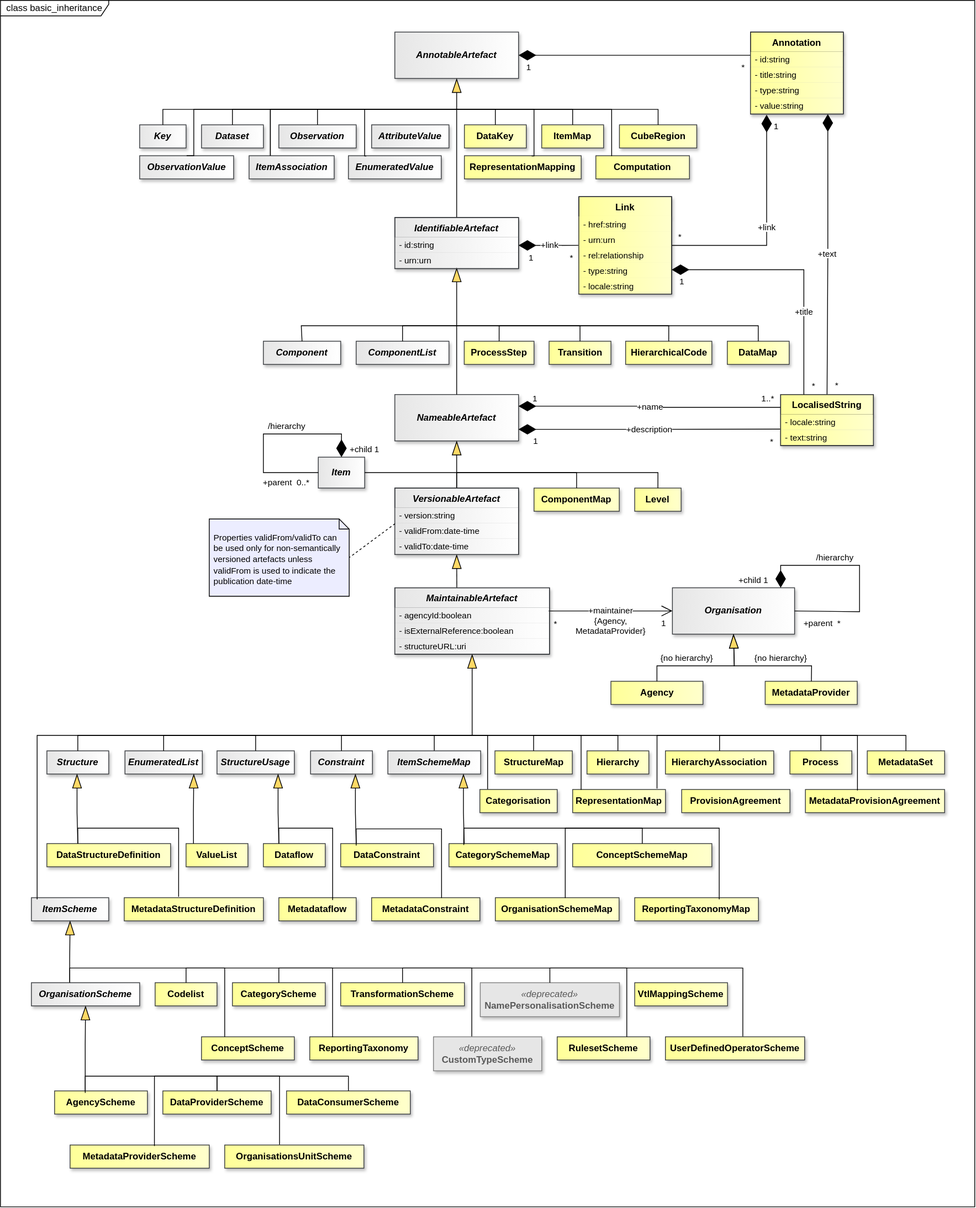
Before: docs/information_model/media/sdmx_base-basic_inheritance.svg, a diagram exported from draw.io (sdmx-twg/sdmx-im). Source tidied: cells renumbered, new cells last; positions are measured from the earlier drawing's top-left corner, leaving out a move shared by most shapes.
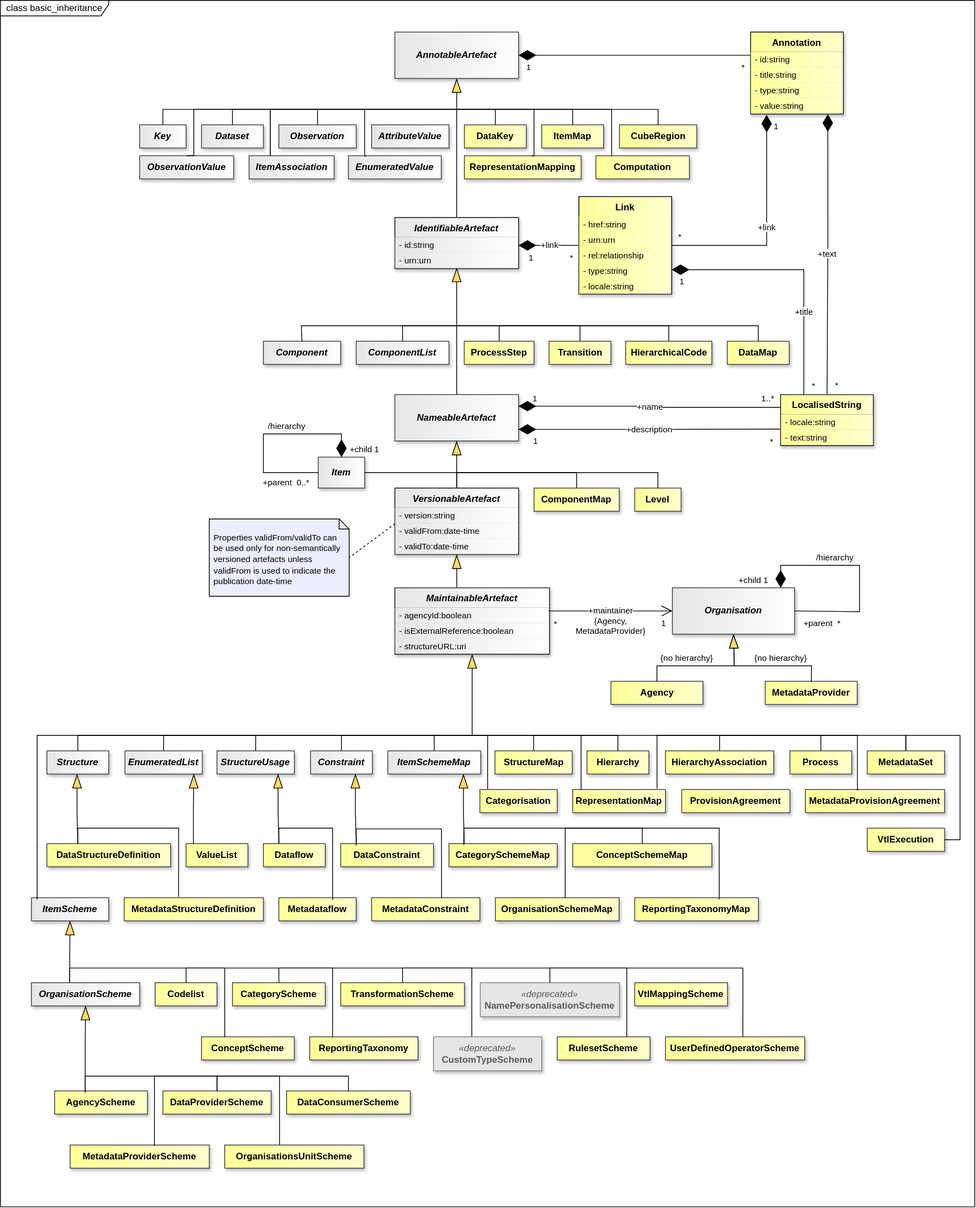
Above is the later version.

Diff of the diagram source:
```diff
@@ -846,5 +846,17 @@
         <mxPoint x="-4" y="14" as="offset" />
       </mxGeometry>
     </mxCell>
+    <mxCell id="191" value="VtlExecution" style="whiteSpace=wrap;html=1;verticalAlign=middle;gradientDirection=east;imageVerticalAlign=top;fontStyle=1;fillColor=light-dark(#FFFF99,#FFFF99);strokeColor=#36393d;fontColor=light-dark(#000000,#000000);gradientColor=light-dark(#FFFFCC,#FFFFCC);shadow=1;" parent="1" vertex="1">
+      <mxGeometry x="1121" y="1071" width="100" height="30" as="geometry" />
+    </mxCell>
+    <mxCell id="192" style="endArrow=none;html=1;endSize=12;startArrow=none;startSize=20;startFill=0;edgeStyle=orthogonalEdgeStyle;rounded=0;exitX=1;exitY=0.5;exitDx=0;exitDy=0;endFill=0;strokeColor=light-dark(#000000,#FFFFFF);fontColor=light-dark(#000000,#FFFFFF);labelBackgroundColor=none;entryX=0.5;entryY=0;entryDx=0;entryDy=0;" parent="1" edge="1" source="191" target="119">
+      <mxGeometry relative="1" as="geometry">
+        <Array as="points">
+          <mxPoint x="1241" y="1086" />
+          <mxPoint x="1241" y="951" />
+          <mxPoint x="1171" y="951" />
+        </Array>
+      </mxGeometry>
+    </mxCell>
   </root>
 </mxGraphModel>
```
